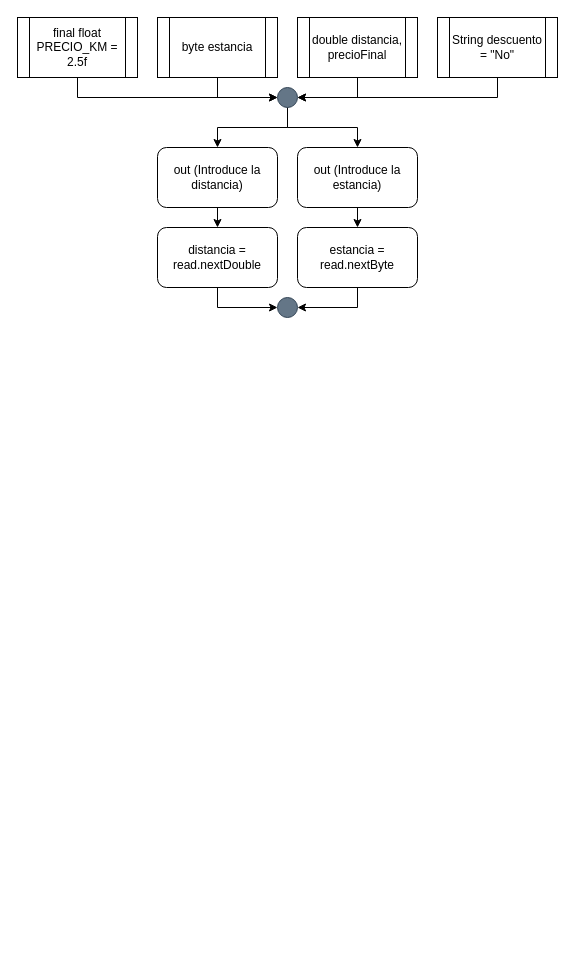
This is page "Ejercicio 8" (8 of 8) of Diagramas.drawio from antonionavarro04/EjerciciosT2-AntonioNavarro, a draw.io file, before an edit. Source tidied: cells renumbered, new cells numbered last; positions are measured from the earlier drawing's top-left corner, leaving out a move shared by most shapes. Both pictures are drawn from the tidied source at 100%, with x=0, y=0 at pixel (17, 17).
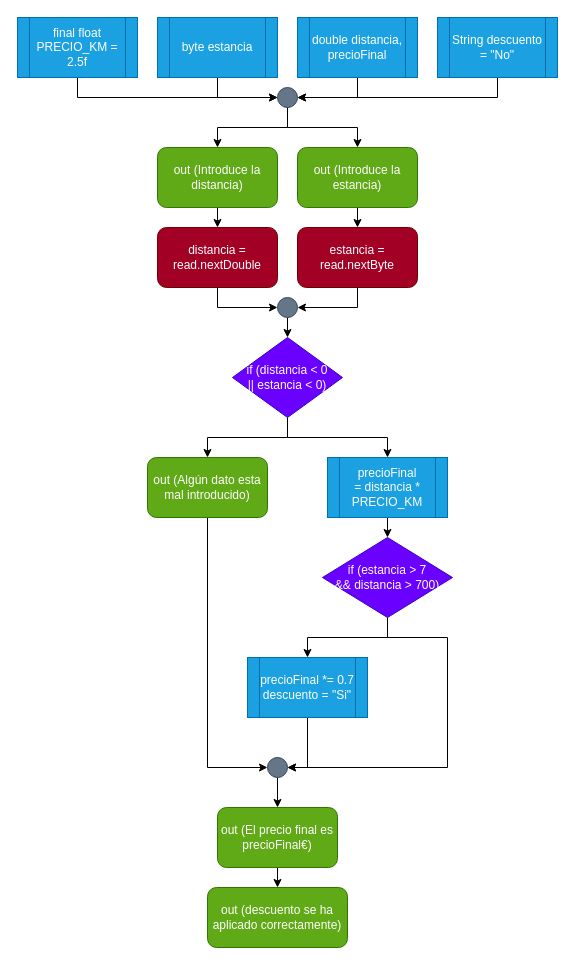
The same page after the edit.

Unchanged cells that the change refers to:
```xml
<mxCell id="17" style="ellipse;whiteSpace=wrap;html=1;fillColor=#647687;fontColor=#ffffff;strokeColor=#314354;" parent="1" vertex="1">
  <mxGeometry x="260" y="280" width="20" height="20" as="geometry" />
</mxCell>
```

What changed in the source:
```diff
@@
-    <mxCell id="3" value="final float PRECIO_KM = 2.5f" style="shape=process;whiteSpace=wrap;html=1;backgroundOutline=1;" parent="1" vertex="1">
+    <mxCell id="3" value="final float PRECIO_KM = 2.5f" style="shape=process;whiteSpace=wrap;html=1;backgroundOutline=1;fillColor=#1ba1e2;fontColor=#ffffff;strokeColor=#006EAF;" parent="1" vertex="1">
       <mxGeometry width="120" height="60" as="geometry" />
     </mxCell>
@@
-    <mxCell id="5" value="byte estancia" style="shape=process;whiteSpace=wrap;html=1;backgroundOutline=1;" parent="1" vertex="1">
+    <mxCell id="5" value="byte estancia" style="shape=process;whiteSpace=wrap;html=1;backgroundOutline=1;fillColor=#1ba1e2;fontColor=#ffffff;strokeColor=#006EAF;" parent="1" vertex="1">
       <mxGeometry x="140" width="120" height="60" as="geometry" />
     </mxCell>
@@
-    <mxCell id="7" value="double distancia, precioFinal" style="shape=process;whiteSpace=wrap;html=1;backgroundOutline=1;" parent="1" vertex="1">
+    <mxCell id="7" value="double distancia, precioFinal" style="shape=process;whiteSpace=wrap;html=1;backgroundOutline=1;fillColor=#1ba1e2;fontColor=#ffffff;strokeColor=#006EAF;" parent="1" vertex="1">
       <mxGeometry x="280" width="120" height="60" as="geometry" />
     </mxCell>
@@
-    <mxCell id="9" value="String descuento = &quot;No&quot;" style="shape=process;whiteSpace=wrap;html=1;backgroundOutline=1;" parent="1" vertex="1">
+    <mxCell id="9" value="String descuento = &quot;No&quot;" style="shape=process;whiteSpace=wrap;html=1;backgroundOutline=1;fillColor=#1ba1e2;fontColor=#ffffff;strokeColor=#006EAF;" parent="1" vertex="1">
       <mxGeometry x="420" width="120" height="60" as="geometry" />
     </mxCell>
@@
-    <mxCell id="14" value="out (Introduce la distancia)" style="rounded=1;whiteSpace=wrap;html=1;" parent="1" vertex="1">
+    <mxCell id="14" value="out (Introduce la distancia)" style="rounded=1;whiteSpace=wrap;html=1;fillColor=#60a917;fontColor=#ffffff;strokeColor=#2D7600;" parent="1" vertex="1">
       <mxGeometry x="140" y="130" width="120" height="60" as="geometry" />
     </mxCell>
@@
-    <mxCell id="16" value="out (Introduce la estancia)" style="rounded=1;whiteSpace=wrap;html=1;" parent="1" vertex="1">
+    <mxCell id="16" value="out (Introduce la estancia)" style="rounded=1;whiteSpace=wrap;html=1;fillColor=#60a917;fontColor=#ffffff;strokeColor=#2D7600;" parent="1" vertex="1">
       <mxGeometry x="280" y="130" width="120" height="60" as="geometry" />
     </mxCell>
+    <mxCell id="22" style="edgeStyle=orthogonalEdgeStyle;rounded=0;jettySize=auto;html=1;exitX=0.5;exitY=1;exitDx=0;exitDy=0;entryX=0.5;entryY=0;entryDx=0;entryDy=0;" parent="1" edge="1" source="17" target="25">
+      <mxGeometry relative="1" as="geometry" />
+    </mxCell>
@@
-    <mxCell id="19" value="distancia = read.nextDouble" style="rounded=1;whiteSpace=wrap;html=1;" parent="1" vertex="1">
+    <mxCell id="19" value="distancia = read.nextDouble" style="rounded=1;whiteSpace=wrap;html=1;fillColor=#a20025;fontColor=#ffffff;strokeColor=#6F0000;" parent="1" vertex="1">
       <mxGeometry x="140" y="210" width="120" height="60" as="geometry" />
     </mxCell>
@@
-    <mxCell id="21" value="estancia = read.nextByte" style="rounded=1;whiteSpace=wrap;html=1;" parent="1" vertex="1">
+    <mxCell id="21" value="estancia = read.nextByte" style="rounded=1;whiteSpace=wrap;html=1;fillColor=#a20025;fontColor=#ffffff;strokeColor=#6F0000;" parent="1" vertex="1">
       <mxGeometry x="280" y="210" width="120" height="60" as="geometry" />
     </mxCell>
+    <mxCell id="23" style="edgeStyle=orthogonalEdgeStyle;rounded=0;jettySize=auto;html=1;exitX=0.5;exitY=1;exitDx=0;exitDy=0;entryX=0.5;entryY=0;entryDx=0;entryDy=0;" parent="1" edge="1" source="25" target="27">
+      <mxGeometry relative="1" as="geometry" />
+    </mxCell>
+    <mxCell id="24" style="edgeStyle=orthogonalEdgeStyle;rounded=0;jettySize=auto;html=1;exitX=0.5;exitY=1;exitDx=0;exitDy=0;entryX=0.5;entryY=0;entryDx=0;entryDy=0;" parent="1" edge="1" source="25" target="29">
+      <mxGeometry relative="1" as="geometry" />
+    </mxCell>
+    <mxCell id="25" value="if (distancia &amp;lt; 0&lt;br&gt;|| estancia &amp;lt; 0)" style="rhombus;whiteSpace=wrap;html=1;fillColor=#6a00ff;fontColor=#ffffff;strokeColor=#3700CC;" parent="1" vertex="1">
+      <mxGeometry x="215" y="320" width="110" height="80" as="geometry" />
+    </mxCell>
+    <mxCell id="26" style="edgeStyle=orthogonalEdgeStyle;rounded=0;jettySize=auto;html=1;exitX=0.5;exitY=1;exitDx=0;exitDy=0;entryX=0;entryY=0.5;entryDx=0;entryDy=0;" parent="1" edge="1" source="27" target="36">
+      <mxGeometry relative="1" as="geometry" />
+    </mxCell>
+    <mxCell id="27" value="out (Algún dato esta mal introducido)" style="rounded=1;whiteSpace=wrap;html=1;fillColor=#60a917;fontColor=#ffffff;strokeColor=#2D7600;" parent="1" vertex="1">
+      <mxGeometry x="130" y="440" width="120" height="60" as="geometry" />
+    </mxCell>
+    <mxCell id="28" style="edgeStyle=orthogonalEdgeStyle;rounded=0;jettySize=auto;html=1;exitX=0.5;exitY=1;exitDx=0;exitDy=0;entryX=0.5;entryY=0;entryDx=0;entryDy=0;" parent="1" edge="1" source="29" target="32">
+      <mxGeometry relative="1" as="geometry" />
+    </mxCell>
+    <mxCell id="29" value="precioFinal&lt;br&gt;= distancia * PRECIO_KM" style="shape=process;whiteSpace=wrap;html=1;backgroundOutline=1;fillColor=#1ba1e2;fontColor=#ffffff;strokeColor=#006EAF;" parent="1" vertex="1">
+      <mxGeometry x="310" y="440" width="120" height="60" as="geometry" />
+    </mxCell>
+    <mxCell id="30" style="edgeStyle=orthogonalEdgeStyle;rounded=0;jettySize=auto;html=1;exitX=0.5;exitY=1;exitDx=0;exitDy=0;entryX=0.5;entryY=0;entryDx=0;entryDy=0;" parent="1" edge="1" source="32" target="34">
+      <mxGeometry relative="1" as="geometry" />
+    </mxCell>
+    <mxCell id="31" style="edgeStyle=orthogonalEdgeStyle;rounded=0;jettySize=auto;html=1;exitX=0.5;exitY=1;exitDx=0;exitDy=0;entryX=1;entryY=0.5;entryDx=0;entryDy=0;" parent="1" edge="1" source="32" target="36">
+      <mxGeometry relative="1" as="geometry">
+        <Array as="points">
+          <mxPoint x="370" y="620" />
+          <mxPoint x="430" y="620" />
+          <mxPoint x="430" y="750" />
+        </Array>
+      </mxGeometry>
+    </mxCell>
+    <mxCell id="32" value="if (estancia &amp;gt; 7&lt;br&gt;&amp;amp;&amp;amp; distancia &amp;gt; 700)" style="rhombus;whiteSpace=wrap;html=1;fillColor=#6a00ff;fontColor=#ffffff;strokeColor=#3700CC;" parent="1" vertex="1">
+      <mxGeometry x="305" y="520" width="130" height="80" as="geometry" />
+    </mxCell>
+    <mxCell id="33" style="edgeStyle=orthogonalEdgeStyle;rounded=0;jettySize=auto;html=1;exitX=0.5;exitY=1;exitDx=0;exitDy=0;entryX=1;entryY=0.5;entryDx=0;entryDy=0;" parent="1" edge="1" source="34" target="36">
+      <mxGeometry relative="1" as="geometry" />
+    </mxCell>
+    <mxCell id="34" value="precioFinal *= 0.7&lt;br&gt;descuento = &quot;Si&quot;" style="shape=process;whiteSpace=wrap;html=1;backgroundOutline=1;fillColor=#1ba1e2;fontColor=#ffffff;strokeColor=#006EAF;" parent="1" vertex="1">
+      <mxGeometry x="230" y="640" width="120" height="60" as="geometry" />
+    </mxCell>
+    <mxCell id="35" style="edgeStyle=orthogonalEdgeStyle;rounded=0;jettySize=auto;html=1;exitX=0.5;exitY=1;exitDx=0;exitDy=0;entryX=0.5;entryY=0;entryDx=0;entryDy=0;" parent="1" edge="1" source="36" target="38">
+      <mxGeometry relative="1" as="geometry" />
+    </mxCell>
+    <mxCell id="36" style="ellipse;whiteSpace=wrap;html=1;fillColor=#647687;fontColor=#ffffff;strokeColor=#314354;" parent="1" vertex="1">
+      <mxGeometry x="250" y="740" width="20" height="20" as="geometry" />
+    </mxCell>
+    <mxCell id="37" style="edgeStyle=orthogonalEdgeStyle;rounded=0;jettySize=auto;html=1;exitX=0.5;exitY=1;exitDx=0;exitDy=0;entryX=0.5;entryY=0;entryDx=0;entryDy=0;" parent="1" edge="1" source="38" target="39">
+      <mxGeometry relative="1" as="geometry" />
+    </mxCell>
+    <mxCell id="38" value="out (El precio final es precioFinal€)" style="rounded=1;whiteSpace=wrap;html=1;fillColor=#60a917;fontColor=#ffffff;strokeColor=#2D7600;" parent="1" vertex="1">
+      <mxGeometry x="200" y="790" width="120" height="60" as="geometry" />
+    </mxCell>
+    <mxCell id="39" value="out (descuento se ha aplicado correctamente)" style="rounded=1;whiteSpace=wrap;html=1;fillColor=#60a917;fontColor=#ffffff;strokeColor=#2D7600;" parent="1" vertex="1">
+      <mxGeometry x="190" y="870" width="140" height="60" as="geometry" />
+    </mxCell>
```
